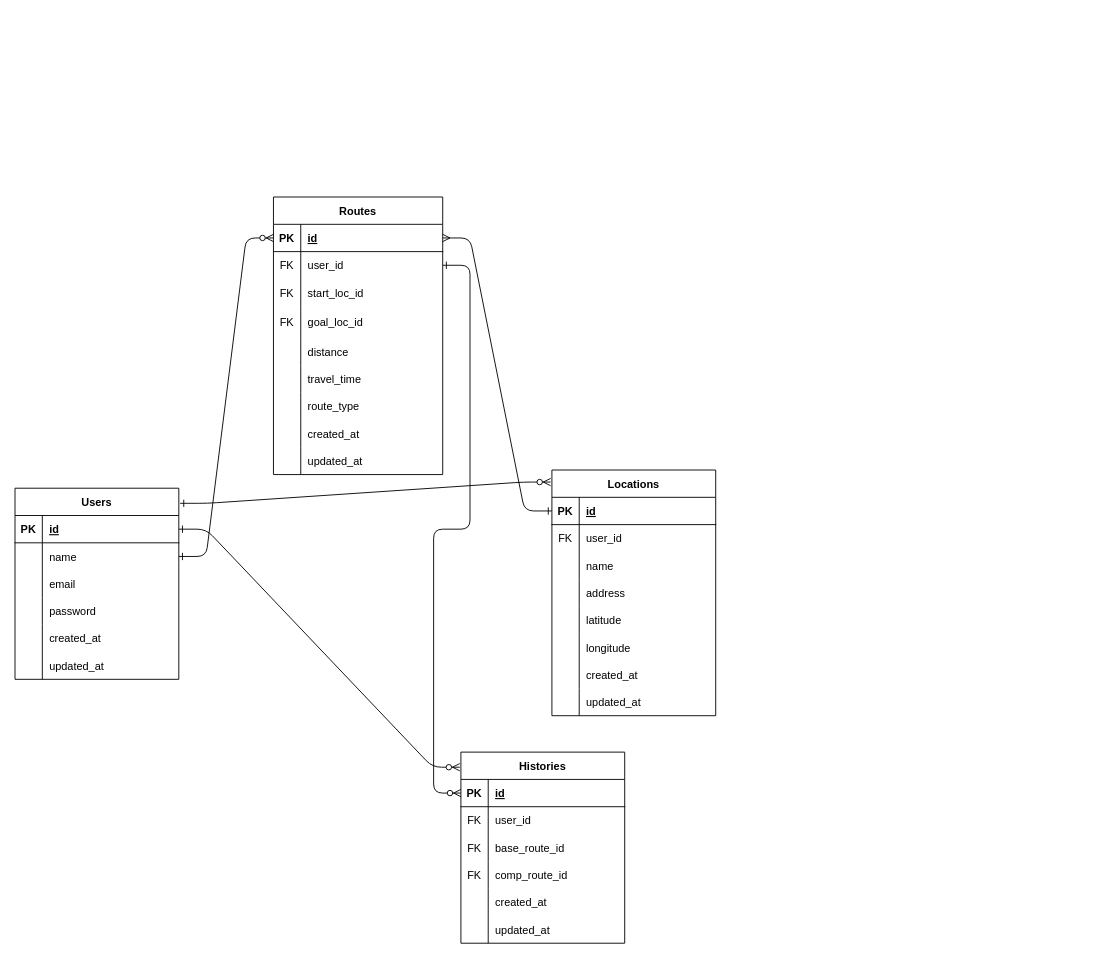
The draw.io diagram ER_diagram.drawio in miki-hayashi-71/KABUNOMI, before the edit. Source tidied: cells renumbered, new cells numbered last; positions are measured from the earlier drawing's top-left corner, leaving out a move shared by most shapes. Both pictures are drawn from the tidied source at 91%, with x=0, y=0 at pixel (15, 197).
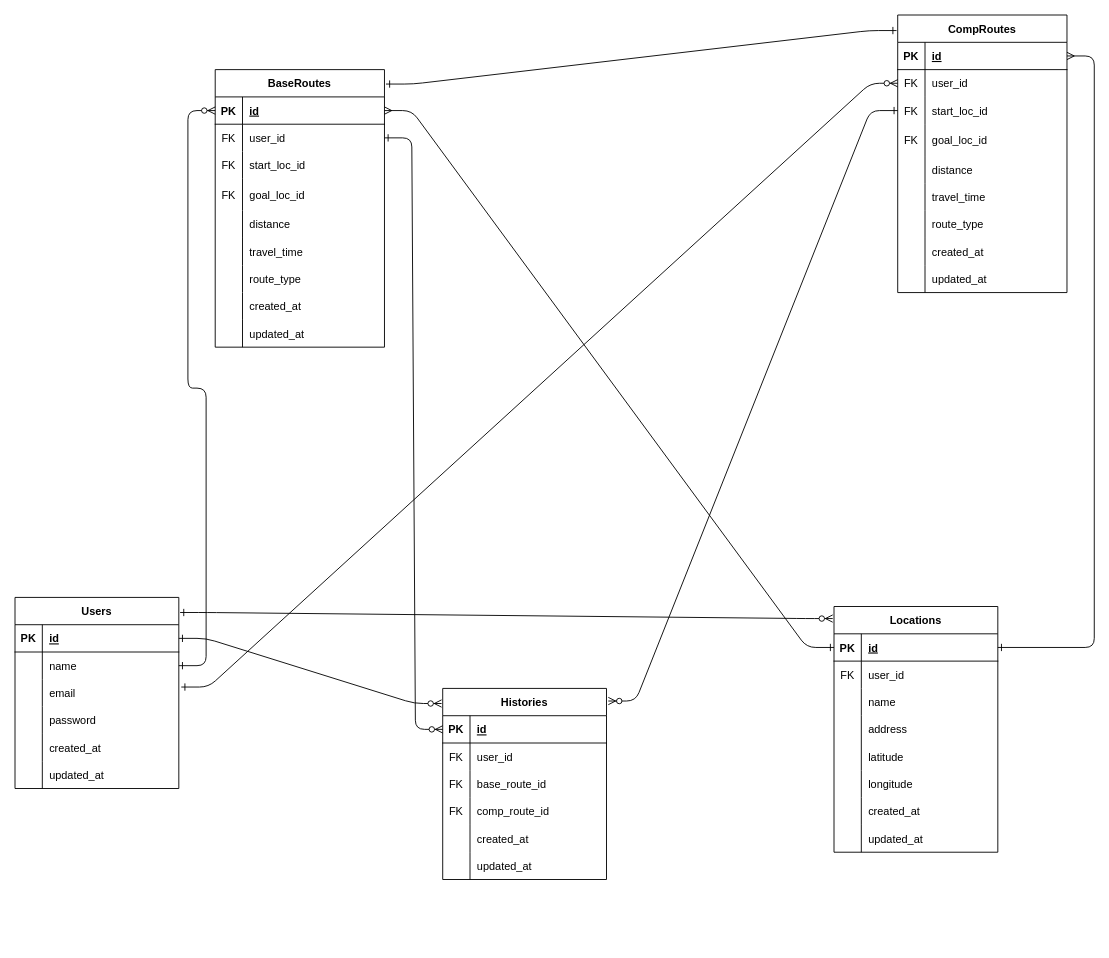
After the change.

Unchanged cells that the change refers to:
```xml
<mxCell id="9" style="shape=tableRow;horizontal=0;startSize=0;swimlaneHead=0;swimlaneBody=0;fillColor=none;points=[[0,0.5],[1,0.5]];portConstraint=eastwest;top=0;left=0;right=0;bottom=0;" parent="2" vertex="1">
  <mxGeometry y="90" width="180" height="30" as="geometry" />
</mxCell>
<mxCell id="24" style="shape=tableRow;horizontal=0;startSize=0;swimlaneHead=0;swimlaneBody=0;fillColor=none;points=[[0,0.5],[1,0.5]];portConstraint=eastwest;top=0;left=0;right=0;bottom=1;" parent="23" vertex="1">
  <mxGeometry y="30" width="180" height="30" as="geometry" />
</mxCell>
```

Diff of the diagram source:
```diff
@@
     <mxCell id="2" value="Users" style="shape=table;startSize=30;childLayout=tableLayout;rowLines=0;fontStyle=1;align=center;" parent="1" vertex="1">
-      <mxGeometry y="320" width="180" height="210" as="geometry" />
+      <mxGeometry y="440" width="180" height="210" as="geometry" />
     </mxCell>
@@
     <mxCell id="23" value="Locations" style="shape=table;startSize=30;childLayout=tableLayout;rowLines=0;fontStyle=1;align=center;" parent="1" vertex="1">
-      <mxGeometry x="590" y="300" width="180" height="270" as="geometry" />
+      <mxGeometry x="900" y="450" width="180" height="270" as="geometry" />
     </mxCell>
@@
-    <mxCell id="49" value="Routes" style="shape=table;startSize=30;childLayout=tableLayout;rowLines=0;fontStyle=1;align=center;" parent="1" vertex="1">
-      <mxGeometry x="284" width="186" height="305" as="geometry" />
+    <mxCell id="49" value="BaseRoutes" style="shape=table;startSize=30;childLayout=tableLayout;rowLines=0;fontStyle=1;align=center;" parent="1" vertex="1">
+      <mxGeometry x="220" y="-140" width="186" height="305" as="geometry" />
     </mxCell>
@@
     <mxCell id="77" value="Histories" style="shape=table;startSize=30;childLayout=tableLayout;rowLines=0;fontStyle=1;align=center;" parent="1" vertex="1">
-      <mxGeometry x="490" y="610" width="180" height="210" as="geometry" />
+      <mxGeometry x="470" y="540" width="180" height="210" as="geometry" />
     </mxCell>
@@
+    <mxCell id="100" value="CompRoutes" style="shape=table;startSize=30;childLayout=tableLayout;rowLines=0;fontStyle=1;align=center;" parent="1" vertex="1">
+      <mxGeometry x="970" y="-200" width="186" height="305" as="geometry" />
+    </mxCell>
+    <mxCell id="101" style="shape=tableRow;horizontal=0;startSize=0;swimlaneHead=0;swimlaneBody=0;fillColor=none;points=[[0,0.5],[1,0.5]];portConstraint=eastwest;top=0;left=0;right=0;bottom=1;" parent="100" vertex="1">
+      <mxGeometry y="30" width="186" height="30" as="geometry" />
+    </mxCell>
+    <mxCell id="102" value="PK" style="shape=partialRectangle;fillColor=none;top=0;left=0;bottom=0;right=0;fontStyle=1;overflow=hidden;" parent="101" vertex="1">
+      <mxGeometry width="30" height="30" as="geometry" />
+    </mxCell>
+    <mxCell id="103" value="id" style="shape=partialRectangle;fillColor=none;top=0;left=0;bottom=0;right=0;align=left;spacingLeft=6;fontStyle=5;overflow=hidden;" parent="101" vertex="1">
+      <mxGeometry x="30" width="156" height="30" as="geometry" />
+    </mxCell>
+    <mxCell id="104" style="shape=tableRow;horizontal=0;startSize=0;swimlaneHead=0;swimlaneBody=0;fillColor=none;points=[[0,0.5],[1,0.5]];portConstraint=eastwest;top=0;left=0;right=0;bottom=0;" parent="100" vertex="1">
+      <mxGeometry y="60" width="186" height="30" as="geometry" />
+    </mxCell>
+    <mxCell id="105" value="FK" style="shape=partialRectangle;fillColor=none;top=0;left=0;bottom=0;right=0;overflow=hidden;" parent="104" vertex="1">
+      <mxGeometry width="30" height="30" as="geometry" />
+    </mxCell>
+    <mxCell id="106" value="user_id" style="shape=partialRectangle;fillColor=none;top=0;left=0;bottom=0;right=0;align=left;spacingLeft=6;overflow=hidden;" parent="104" vertex="1">
+      <mxGeometry x="30" width="156" height="30" as="geometry" />
+    </mxCell>
+    <mxCell id="107" style="shape=tableRow;horizontal=0;startSize=0;swimlaneHead=0;swimlaneBody=0;fillColor=none;points=[[0,0.5],[1,0.5]];portConstraint=eastwest;top=0;left=0;right=0;bottom=0;" parent="100" vertex="1">
+      <mxGeometry y="90" width="186" height="30" as="geometry" />
+    </mxCell>
+    <mxCell id="108" value="FK" style="shape=partialRectangle;fillColor=none;top=0;left=0;bottom=0;right=0;overflow=hidden;" parent="107" vertex="1">
+      <mxGeometry width="30" height="30" as="geometry" />
+    </mxCell>
+    <mxCell id="109" value="start_loc_id" style="shape=partialRectangle;fillColor=none;top=0;left=0;bottom=0;right=0;align=left;spacingLeft=6;overflow=hidden;" parent="107" vertex="1">
+      <mxGeometry x="30" width="156" height="30" as="geometry" />
+    </mxCell>
+    <mxCell id="110" style="shape=tableRow;horizontal=0;startSize=0;swimlaneHead=0;swimlaneBody=0;fillColor=none;top=0;left=0;right=0;bottom=0;" parent="100" vertex="1">
+      <mxGeometry y="120" width="186" height="35" as="geometry" />
+    </mxCell>
+    <mxCell id="111" value="FK" style="shape=partialRectangle;fillColor=none;top=0;left=0;bottom=0;right=0;overflow=hidden;" parent="110" vertex="1">
+      <mxGeometry width="30" height="35" as="geometry" />
+    </mxCell>
+    <mxCell id="112" value="goal_loc_id" style="shape=partialRectangle;fillColor=none;top=0;left=0;bottom=0;right=0;align=left;spacingLeft=6;overflow=hidden;" parent="110" vertex="1">
+      <mxGeometry x="30" width="156" height="35" as="geometry" />
+    </mxCell>
+    <mxCell id="113" style="shape=tableRow;horizontal=0;startSize=0;swimlaneHead=0;swimlaneBody=0;fillColor=none;top=0;left=0;right=0;bottom=0;" parent="100" vertex="1">
+      <mxGeometry y="155" width="186" height="30" as="geometry" />
+    </mxCell>
+    <mxCell id="114" style="shape=partialRectangle;fillColor=none;top=0;left=0;bottom=0;right=0;overflow=hidden;" parent="113" vertex="1">
+      <mxGeometry width="30" height="30" as="geometry" />
+    </mxCell>
+    <mxCell id="115" value="distance" style="shape=partialRectangle;fillColor=none;top=0;left=0;bottom=0;right=0;align=left;spacingLeft=6;overflow=hidden;" parent="113" vertex="1">
+      <mxGeometry x="30" width="156" height="30" as="geometry" />
+    </mxCell>
+    <mxCell id="116" style="shape=tableRow;horizontal=0;startSize=0;swimlaneHead=0;swimlaneBody=0;fillColor=none;top=0;left=0;right=0;bottom=0;" parent="100" vertex="1">
+      <mxGeometry y="185" width="186" height="30" as="geometry" />
+    </mxCell>
+    <mxCell id="117" style="shape=partialRectangle;fillColor=none;top=0;left=0;bottom=0;right=0;overflow=hidden;" parent="116" vertex="1">
+      <mxGeometry width="30" height="30" as="geometry" />
+    </mxCell>
+    <mxCell id="118" value="travel_time" style="shape=partialRectangle;fillColor=none;top=0;left=0;bottom=0;right=0;align=left;spacingLeft=6;overflow=hidden;" parent="116" vertex="1">
+      <mxGeometry x="30" width="156" height="30" as="geometry" />
+    </mxCell>
+    <mxCell id="119" style="shape=tableRow;horizontal=0;startSize=0;swimlaneHead=0;swimlaneBody=0;fillColor=none;top=0;left=0;right=0;bottom=0;" parent="100" vertex="1">
+      <mxGeometry y="215" width="186" height="30" as="geometry" />
+    </mxCell>
+    <mxCell id="120" style="shape=partialRectangle;fillColor=none;top=0;left=0;bottom=0;right=0;overflow=hidden;" parent="119" vertex="1">
+      <mxGeometry width="30" height="30" as="geometry" />
+    </mxCell>
+    <mxCell id="121" value="route_type" style="shape=partialRectangle;fillColor=none;top=0;left=0;bottom=0;right=0;align=left;spacingLeft=6;overflow=hidden;" parent="119" vertex="1">
+      <mxGeometry x="30" width="156" height="30" as="geometry" />
+    </mxCell>
+    <mxCell id="122" style="shape=tableRow;horizontal=0;startSize=0;swimlaneHead=0;swimlaneBody=0;fillColor=none;top=0;left=0;right=0;bottom=0;" parent="100" vertex="1">
+      <mxGeometry y="245" width="186" height="30" as="geometry" />
+    </mxCell>
+    <mxCell id="123" style="shape=partialRectangle;fillColor=none;top=0;left=0;bottom=0;right=0;overflow=hidden;" parent="122" vertex="1">
+      <mxGeometry width="30" height="30" as="geometry" />
+    </mxCell>
+    <mxCell id="124" value="created_at" style="shape=partialRectangle;fillColor=none;top=0;left=0;bottom=0;right=0;align=left;spacingLeft=6;overflow=hidden;" parent="122" vertex="1">
+      <mxGeometry x="30" width="156" height="30" as="geometry" />
+    </mxCell>
+    <mxCell id="125" style="shape=tableRow;horizontal=0;startSize=0;swimlaneHead=0;swimlaneBody=0;fillColor=none;top=0;left=0;right=0;bottom=0;" parent="100" vertex="1">
+      <mxGeometry y="275" width="186" height="30" as="geometry" />
+    </mxCell>
+    <mxCell id="126" style="shape=partialRectangle;fillColor=none;top=0;left=0;bottom=0;right=0;overflow=hidden;" parent="125" vertex="1">
+      <mxGeometry width="30" height="30" as="geometry" />
+    </mxCell>
+    <mxCell id="127" value="updated_at" style="shape=partialRectangle;fillColor=none;top=0;left=0;bottom=0;right=0;align=left;spacingLeft=6;overflow=hidden;" parent="125" vertex="1">
+      <mxGeometry x="30" width="156" height="30" as="geometry" />
+    </mxCell>
+    <mxCell id="128" style="edgeStyle=entityRelationEdgeStyle;fontSize=12;html=1;endArrow=ERone;endFill=1;startArrow=ERone;startFill=0;exitX=1.009;exitY=0.052;exitDx=0;exitDy=0;exitPerimeter=0;entryX=-0.007;entryY=0.056;entryDx=0;entryDy=0;entryPerimeter=0;" parent="1" edge="1" source="49" target="100">
+      <mxGeometry relative="1" as="geometry" />
+    </mxCell>
+    <mxCell id="129" style="edgeStyle=entityRelationEdgeStyle;fontSize=12;html=1;endArrow=ERmany;startArrow=ERone;startFill=0;exitX=1;exitY=0.5;exitDx=0;exitDy=0;jumpStyle=none;" parent="1" edge="1" source="24" target="101">
+      <mxGeometry relative="1" as="geometry" />
+    </mxCell>
+    <mxCell id="130" style="edgeStyle=entityRelationEdgeStyle;fontSize=12;html=1;endArrow=ERzeroToMany;endFill=1;entryX=0;entryY=0.5;entryDx=0;entryDy=0;exitX=1.015;exitY=0.283;exitDx=0;exitDy=0;startArrow=ERone;startFill=0;exitPerimeter=0;" parent="1" edge="1" source="9" target="104">
+      <mxGeometry relative="1" as="geometry" />
+    </mxCell>
+    <mxCell id="131" style="edgeStyle=entityRelationEdgeStyle;fontSize=12;html=1;endArrow=ERzeroToMany;endFill=1;startArrow=ERone;startFill=0;entryX=1.011;entryY=0.066;entryDx=0;entryDy=0;entryPerimeter=0;exitX=0;exitY=0.5;exitDx=0;exitDy=0;" parent="1" edge="1" source="107" target="77">
+      <mxGeometry relative="1" as="geometry" />
+    </mxCell>
```
